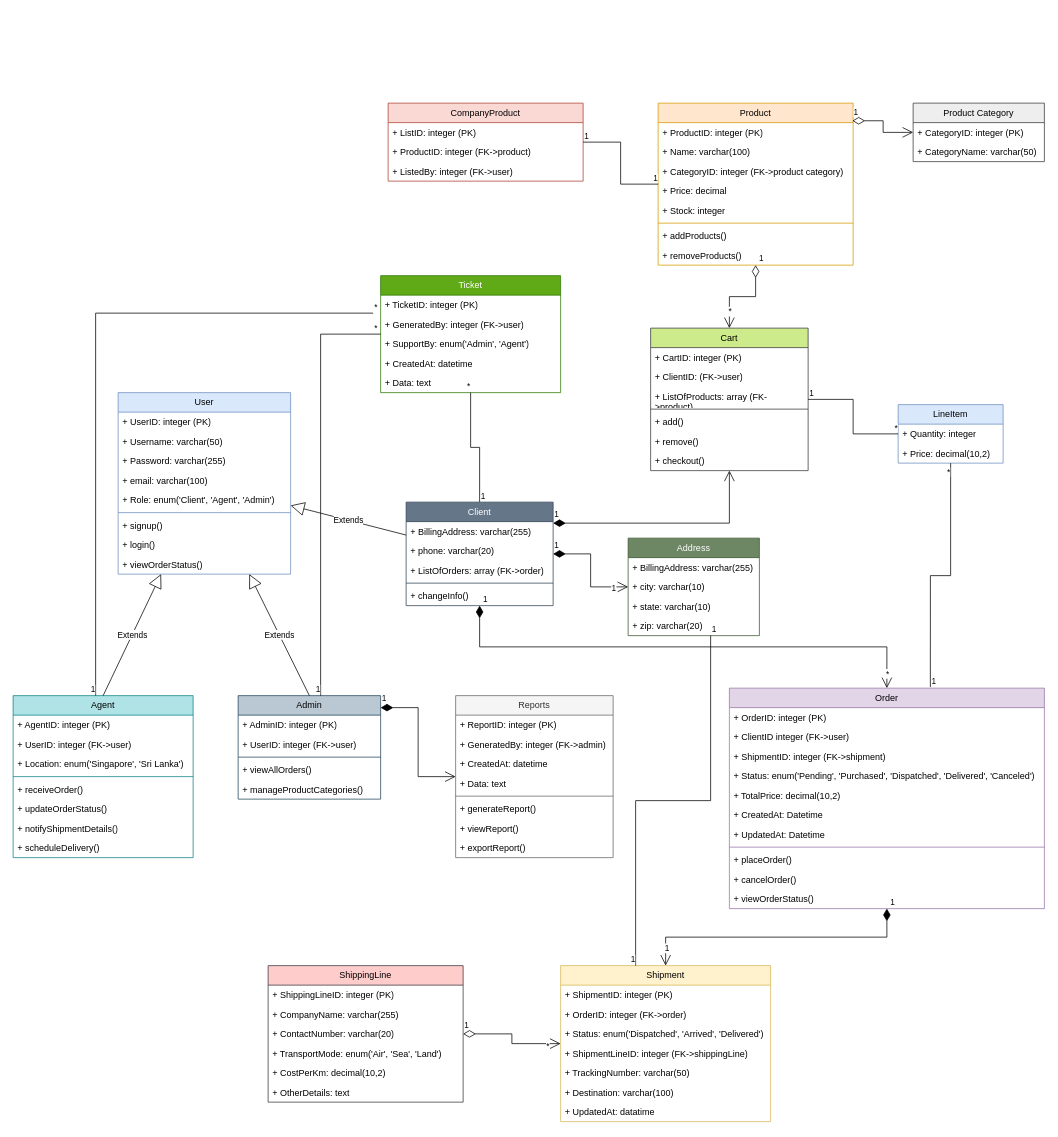
Earlier version of the draw.io diagram diagrams/UML-class-diagram.drawio (K-M-Shehan/software-design-docs). Source tidied: cells renumbered, new cells numbered last; positions are measured from the earlier drawing's top-left corner, leaving out a move shared by most shapes. Both pictures are drawn from the tidied source at 75%, with x=0, y=0 at pixel (13, 103).
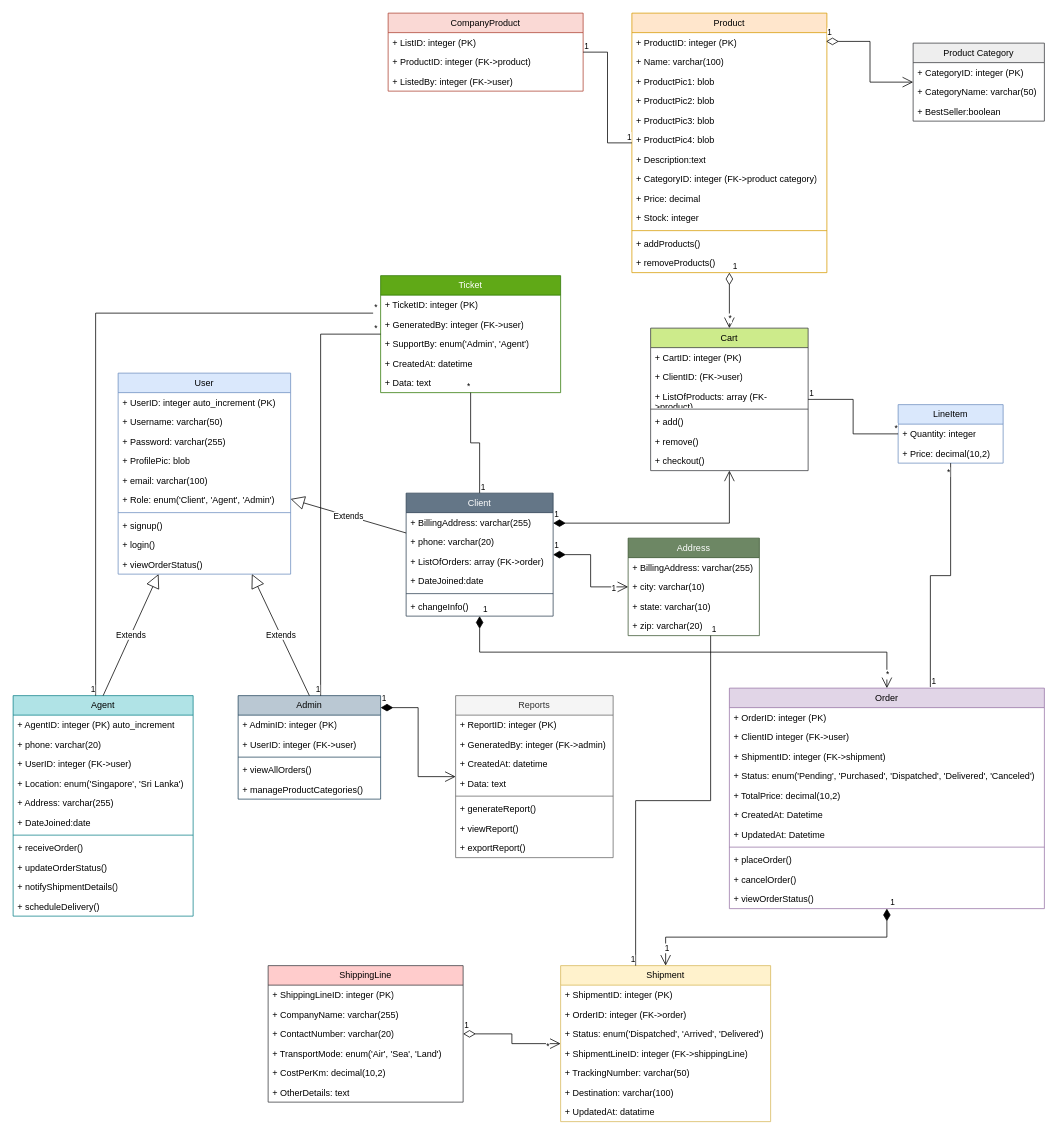
Above is the later version.

Commit message:
added attributes to user, product, agent, product category

Diff of the diagram source:
```diff
@@
     <mxCell id="2" value="User" style="swimlane;fontStyle=0;horizontal=1;startSize=26;fillColor=#dae8fc;whiteSpace=wrap;html=1;strokeColor=#6c8ebf;" parent="1" vertex="1">
-      <mxGeometry x="140" y="386" width="230" height="242" as="geometry" />
+      <mxGeometry x="140" y="360" width="230" height="268" as="geometry" />
     </mxCell>
-    <mxCell id="3" value="+ UserID: integer (PK)" style="text;strokeColor=none;fillColor=none;align=left;verticalAlign=top;spacingLeft=4;spacingRight=4;overflow=hidden;whiteSpace=wrap;html=1;" parent="2" vertex="1">
+    <mxCell id="3" value="+ UserID: integer auto_increment (PK)" style="text;strokeColor=none;fillColor=none;align=left;verticalAlign=top;spacingLeft=4;spacingRight=4;overflow=hidden;whiteSpace=wrap;html=1;" parent="2" vertex="1">
       <mxGeometry y="26" width="230" height="26" as="geometry" />
     </mxCell>
@@
+    <mxCell id="144" value="+ ProfilePic: blob" style="text;strokeColor=none;fillColor=none;align=left;verticalAlign=top;spacingLeft=4;spacingRight=4;overflow=hidden;whiteSpace=wrap;html=1;" parent="2" vertex="1">
+      <mxGeometry y="104" width="230" height="26" as="geometry" />
+    </mxCell>
     <mxCell id="6" value="+ email: varchar(100)" style="text;strokeColor=none;fillColor=none;align=left;verticalAlign=top;spacingLeft=4;spacingRight=4;overflow=hidden;whiteSpace=wrap;html=1;" parent="2" vertex="1">
-      <mxGeometry y="104" width="230" height="26" as="geometry" />
+      <mxGeometry y="130" width="230" height="26" as="geometry" />
     </mxCell>
     <mxCell id="7" value="&lt;div&gt;+ Role: enum('Client', 'Agent', 'Admin')&lt;/div&gt;" style="text;strokeColor=none;fillColor=none;align=left;verticalAlign=top;spacingLeft=4;spacingRight=4;overflow=hidden;whiteSpace=wrap;html=1;" parent="2" vertex="1">
-      <mxGeometry y="130" width="230" height="26" as="geometry" />
+      <mxGeometry y="156" width="230" height="26" as="geometry" />
     </mxCell>
     <mxCell id="8" style="line;strokeWidth=1;fillColor=none;align=left;verticalAlign=middle;spacingTop=-1;spacingLeft=3;spacingRight=3;labelPosition=right;strokeColor=inherit;" parent="2" vertex="1">
-      <mxGeometry y="156" width="230" height="8" as="geometry" />
+      <mxGeometry y="182" width="230" height="8" as="geometry" />
     </mxCell>
     <mxCell id="9" value="+ signup()" style="text;strokeColor=none;fillColor=none;align=left;verticalAlign=top;spacingLeft=4;spacingRight=4;overflow=hidden;whiteSpace=wrap;html=1;" parent="2" vertex="1">
-      <mxGeometry y="164" width="230" height="26" as="geometry" />
+      <mxGeometry y="190" width="230" height="26" as="geometry" />
     </mxCell>
     <mxCell id="10" value="+ login()" style="text;strokeColor=none;fillColor=none;align=left;verticalAlign=top;spacingLeft=4;spacingRight=4;overflow=hidden;whiteSpace=wrap;html=1;" parent="2" vertex="1">
-      <mxGeometry y="190" width="230" height="26" as="geometry" />
+      <mxGeometry y="216" width="230" height="26" as="geometry" />
     </mxCell>
     <mxCell id="11" value="+ viewOrderStatus()" style="text;strokeColor=none;fillColor=none;align=left;verticalAlign=top;spacingLeft=4;spacingRight=4;overflow=hidden;whiteSpace=wrap;html=1;" parent="2" vertex="1">
-      <mxGeometry y="216" width="230" height="26" as="geometry" />
+      <mxGeometry y="242" width="230" height="26" as="geometry" />
     </mxCell>
@@
     <mxCell id="24" value="Product" style="swimlane;fontStyle=0;horizontal=1;startSize=26;fillColor=#ffe6cc;whiteSpace=wrap;html=1;strokeColor=#d79b00;" parent="1" vertex="1">
-      <mxGeometry x="860" width="260" height="216" as="geometry" />
+      <mxGeometry x="825" y="-120" width="260" height="346" as="geometry" />
     </mxCell>
@@
+    <mxCell id="145" value="+ ProductPic1: blob" style="text;strokeColor=none;fillColor=none;align=left;verticalAlign=top;spacingLeft=4;spacingRight=4;overflow=hidden;whiteSpace=wrap;html=1;" parent="24" vertex="1">
+      <mxGeometry y="78" width="260" height="26" as="geometry" />
+    </mxCell>
+    <mxCell id="146" value="+ ProductPic2: blob" style="text;strokeColor=none;fillColor=none;align=left;verticalAlign=top;spacingLeft=4;spacingRight=4;overflow=hidden;whiteSpace=wrap;html=1;" parent="24" vertex="1">
+      <mxGeometry y="104" width="260" height="26" as="geometry" />
+    </mxCell>
+    <mxCell id="147" value="+ ProductPic3: blob" style="text;strokeColor=none;fillColor=none;align=left;verticalAlign=top;spacingLeft=4;spacingRight=4;overflow=hidden;whiteSpace=wrap;html=1;" parent="24" vertex="1">
+      <mxGeometry y="130" width="260" height="26" as="geometry" />
+    </mxCell>
+    <mxCell id="148" value="+ ProductPic4: blob" style="text;strokeColor=none;fillColor=none;align=left;verticalAlign=top;spacingLeft=4;spacingRight=4;overflow=hidden;whiteSpace=wrap;html=1;" parent="24" vertex="1">
+      <mxGeometry y="156" width="260" height="26" as="geometry" />
+    </mxCell>
+    <mxCell id="149" value="+ Description:text" style="text;strokeColor=none;fillColor=none;align=left;verticalAlign=top;spacingLeft=4;spacingRight=4;overflow=hidden;whiteSpace=wrap;html=1;" parent="24" vertex="1">
+      <mxGeometry y="182" width="260" height="26" as="geometry" />
+    </mxCell>
     <mxCell id="27" value="+ CategoryID: integer (FK-&amp;gt;product category)" style="text;strokeColor=none;fillColor=none;align=left;verticalAlign=top;spacingLeft=4;spacingRight=4;overflow=hidden;whiteSpace=wrap;html=1;" parent="24" vertex="1">
-      <mxGeometry y="78" width="260" height="26" as="geometry" />
+      <mxGeometry y="208" width="260" height="26" as="geometry" />
     </mxCell>
     <mxCell id="28" value="+ Price: decimal" style="text;strokeColor=none;fillColor=none;align=left;verticalAlign=top;spacingLeft=4;spacingRight=4;overflow=hidden;whiteSpace=wrap;html=1;" parent="24" vertex="1">
-      <mxGeometry y="104" width="260" height="26" as="geometry" />
+      <mxGeometry y="234" width="260" height="26" as="geometry" />
     </mxCell>
     <mxCell id="29" value="+ Stock: integer" style="text;strokeColor=none;fillColor=none;align=left;verticalAlign=top;spacingLeft=4;spacingRight=4;overflow=hidden;whiteSpace=wrap;html=1;" parent="24" vertex="1">
-      <mxGeometry y="130" width="260" height="26" as="geometry" />
+      <mxGeometry y="260" width="260" height="26" as="geometry" />
     </mxCell>
     <mxCell id="30" style="line;strokeWidth=1;fillColor=none;align=left;verticalAlign=middle;spacingTop=-1;spacingLeft=3;spacingRight=3;labelPosition=right;strokeColor=inherit;" parent="24" vertex="1">
-      <mxGeometry y="156" width="260" height="8" as="geometry" />
+      <mxGeometry y="286" width="260" height="8" as="geometry" />
     </mxCell>
     <mxCell id="31" value="+ addProducts()" style="text;strokeColor=none;fillColor=none;align=left;verticalAlign=top;spacingLeft=4;spacingRight=4;overflow=hidden;whiteSpace=wrap;html=1;" parent="24" vertex="1">
-      <mxGeometry y="164" width="260" height="26" as="geometry" />
+      <mxGeometry y="294" width="260" height="26" as="geometry" />
     </mxCell>
     <mxCell id="32" value="+ removeProducts()" style="text;strokeColor=none;fillColor=none;align=left;verticalAlign=top;spacingLeft=4;spacingRight=4;overflow=hidden;whiteSpace=wrap;html=1;" parent="24" vertex="1">
-      <mxGeometry y="190" width="260" height="26" as="geometry" />
+      <mxGeometry y="320" width="260" height="26" as="geometry" />
     </mxCell>
     <mxCell id="33" value="Product Category" style="swimlane;fontStyle=0;horizontal=1;startSize=26;fillColor=#eeeeee;whiteSpace=wrap;html=1;strokeColor=#36393d;" parent="1" vertex="1">
-      <mxGeometry x="1200" width="175" height="78" as="geometry" />
+      <mxGeometry x="1200" y="-80" width="175" height="104" as="geometry" />
     </mxCell>
@@
+    <mxCell id="150" value="+ BestSeller:boolean" style="text;strokeColor=none;fillColor=none;align=left;verticalAlign=top;spacingLeft=4;spacingRight=4;overflow=hidden;whiteSpace=wrap;html=1;" parent="33" vertex="1">
+      <mxGeometry y="78" width="175" height="26" as="geometry" />
+    </mxCell>
@@
     <mxCell id="44" value="Agent" style="swimlane;fontStyle=0;horizontal=1;startSize=26;fillColor=#b0e3e6;whiteSpace=wrap;html=1;strokeColor=#0e8088;" parent="1" vertex="1">
-      <mxGeometry y="790" width="240" height="216" as="geometry" />
+      <mxGeometry y="790" width="240" height="294" as="geometry" />
     </mxCell>
-    <mxCell id="45" value="+ AgentID: integer (PK)" style="text;strokeColor=none;fillColor=none;align=left;verticalAlign=top;spacingLeft=4;spacingRight=4;overflow=hidden;whiteSpace=wrap;html=1;" parent="44" vertex="1">
+    <mxCell id="45" value="+ AgentID: integer (PK) auto_increment" style="text;strokeColor=none;fillColor=none;align=left;verticalAlign=top;spacingLeft=4;spacingRight=4;overflow=hidden;whiteSpace=wrap;html=1;" parent="44" vertex="1">
       <mxGeometry y="26" width="240" height="26" as="geometry" />
     </mxCell>
+    <mxCell id="151" value="+ phone: varchar(20)" style="text;strokeColor=none;fillColor=none;align=left;verticalAlign=top;spacingLeft=4;spacingRight=4;overflow=hidden;whiteSpace=wrap;html=1;" parent="44" vertex="1">
+      <mxGeometry y="52" width="240" height="26" as="geometry" />
+    </mxCell>
     <mxCell id="46" value="+ UserID: integer (FK-&amp;gt;user)" style="text;strokeColor=none;fillColor=none;align=left;verticalAlign=top;spacingLeft=4;spacingRight=4;overflow=hidden;whiteSpace=wrap;html=1;" parent="44" vertex="1">
-      <mxGeometry y="52" width="240" height="26" as="geometry" />
+      <mxGeometry y="78" width="240" height="26" as="geometry" />
     </mxCell>
     <mxCell id="47" value="+ Location: enum('Singapore', 'Sri Lanka')" style="text;strokeColor=none;fillColor=none;align=left;verticalAlign=top;spacingLeft=4;spacingRight=4;overflow=hidden;whiteSpace=wrap;html=1;" parent="44" vertex="1">
-      <mxGeometry y="78" width="240" height="26" as="geometry" />
+      <mxGeometry y="104" width="240" height="26" as="geometry" />
     </mxCell>
+    <mxCell id="152" value="+ Address: varchar(255)" style="text;strokeColor=none;fillColor=none;align=left;verticalAlign=top;spacingLeft=4;spacingRight=4;overflow=hidden;whiteSpace=wrap;html=1;" parent="44" vertex="1">
+      <mxGeometry y="130" width="240" height="26" as="geometry" />
+    </mxCell>
+    <mxCell id="153" value="+ DateJoined:date" style="text;strokeColor=none;fillColor=none;align=left;verticalAlign=top;spacingLeft=4;spacingRight=4;overflow=hidden;whiteSpace=wrap;html=1;" parent="44" vertex="1">
+      <mxGeometry y="156" width="240" height="26" as="geometry" />
+    </mxCell>
     <mxCell id="48" style="line;strokeWidth=1;fillColor=none;align=left;verticalAlign=middle;spacingTop=-1;spacingLeft=3;spacingRight=3;labelPosition=right;strokeColor=inherit;" parent="44" vertex="1">
-      <mxGeometry y="104" width="240" height="8" as="geometry" />
+      <mxGeometry y="182" width="240" height="8" as="geometry" />
     </mxCell>
     <mxCell id="49" value="+ receiveOrder()" style="text;strokeColor=none;fillColor=none;align=left;verticalAlign=top;spacingLeft=4;spacingRight=4;overflow=hidden;whiteSpace=wrap;html=1;" parent="44" vertex="1">
-      <mxGeometry y="112" width="240" height="26" as="geometry" />
+      <mxGeometry y="190" width="240" height="26" as="geometry" />
     </mxCell>
     <mxCell id="50" value="+ updateOrderStatus()" style="text;strokeColor=none;fillColor=none;align=left;verticalAlign=top;spacingLeft=4;spacingRight=4;overflow=hidden;whiteSpace=wrap;html=1;" parent="44" vertex="1">
-      <mxGeometry y="138" width="240" height="26" as="geometry" />
+      <mxGeometry y="216" width="240" height="26" as="geometry" />
     </mxCell>
     <mxCell id="51" value="+ notifyShipmentDetails()" style="text;strokeColor=none;fillColor=none;align=left;verticalAlign=top;spacingLeft=4;spacingRight=4;overflow=hidden;whiteSpace=wrap;html=1;" parent="44" vertex="1">
-      <mxGeometry y="164" width="240" height="26" as="geometry" />
+      <mxGeometry y="242" width="240" height="26" as="geometry" />
     </mxCell>
     <mxCell id="52" value="+ scheduleDelivery()" style="text;strokeColor=none;fillColor=none;align=left;verticalAlign=top;spacingLeft=4;spacingRight=4;overflow=hidden;whiteSpace=wrap;html=1;" parent="44" vertex="1">
-      <mxGeometry y="190" width="240" height="26" as="geometry" />
+      <mxGeometry y="268" width="240" height="26" as="geometry" />
     </mxCell>
@@
     <mxCell id="68" value="CompanyProduct" style="swimlane;fontStyle=0;horizontal=1;startSize=26;fillColor=#fad9d5;whiteSpace=wrap;html=1;strokeColor=#ae4132;" parent="1" vertex="1">
-      <mxGeometry x="500" width="260" height="104" as="geometry" />
+      <mxGeometry x="500" y="-120" width="260" height="104" as="geometry" />
     </mxCell>
@@
     <mxCell id="114" value="Client" style="swimlane;fontStyle=0;horizontal=1;startSize=26;fillColor=#647687;whiteSpace=wrap;html=1;strokeColor=#314354;fontColor=#ffffff;" parent="1" vertex="1">
-      <mxGeometry x="524" y="532" width="196" height="138" as="geometry" />
+      <mxGeometry x="524" y="520" width="196" height="164" as="geometry" />
     </mxCell>
@@
+    <mxCell id="154" value="+ DateJoined:date" style="text;strokeColor=none;fillColor=none;align=left;verticalAlign=top;spacingLeft=4;spacingRight=4;overflow=hidden;whiteSpace=wrap;html=1;" parent="114" vertex="1">
+      <mxGeometry y="104" width="196" height="26" as="geometry" />
+    </mxCell>
     <mxCell id="118" style="line;strokeWidth=1;fillColor=none;align=left;verticalAlign=middle;spacingTop=-1;spacingLeft=3;spacingRight=3;labelPosition=right;strokeColor=inherit;" parent="114" vertex="1">
-      <mxGeometry y="104" width="196" height="8" as="geometry" />
+      <mxGeometry y="130" width="196" height="8" as="geometry" />
     </mxCell>
     <mxCell id="119" value="+ changeInfo()" style="text;strokeColor=none;fillColor=none;align=left;verticalAlign=top;spacingLeft=4;spacingRight=4;overflow=hidden;whiteSpace=wrap;html=1;" parent="114" vertex="1">
-      <mxGeometry y="112" width="196" height="26" as="geometry" />
+      <mxGeometry y="138" width="196" height="26" as="geometry" />
     </mxCell>
```
